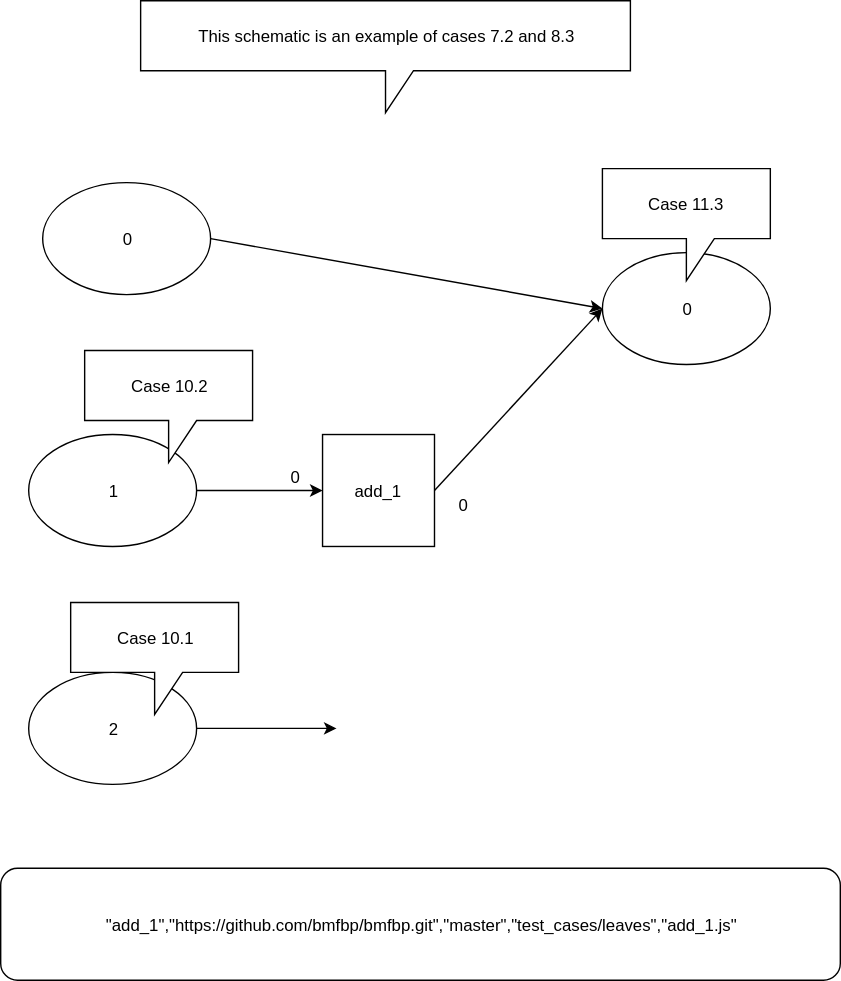
bmfbp/bmfbp keeps this draw.io diagram as svg/js-compiler/test_diagrams/pass_and_add.svg. Above is the earlier version. Source tidied: cells renumbered, new cells last; positions are measured from the earlier drawing's top-left corner, leaving out a move shared by most shapes.
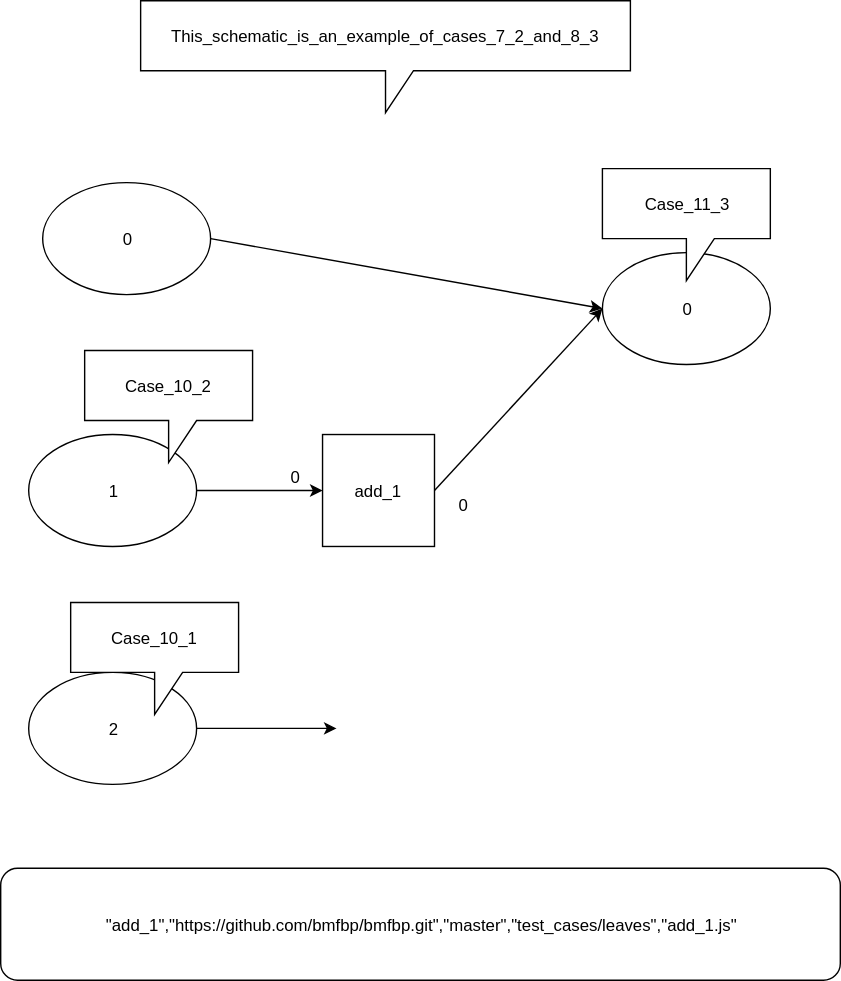
After the change.

Commit message:
changes to remove whitespace from diagrams (will be undone later)

Diff of the diagram source:
```diff
@@ -29,7 +29,7 @@
     <mxCell id="10" value="0" style="text;html=1;strokeColor=none;fillColor=none;align=center;verticalAlign=middle;whiteSpace=wrap;rounded=0;" parent="1" vertex="1">
       <mxGeometry x="310" y="350" width="40" height="20" as="geometry" />
     </mxCell>
-    <mxCell id="11" value="This schematic is an example of cases 7.2 and 8.3" style="shape=callout;whiteSpace=wrap;html=1;perimeter=calloutPerimeter;" parent="1" vertex="1">
+    <mxCell id="11" value="This_schematic_is_an_example_of_cases_7_2_and_8_3" style="shape=callout;whiteSpace=wrap;html=1;perimeter=calloutPerimeter;" parent="1" vertex="1">
       <mxGeometry x="100" width="350" height="80" as="geometry" />
     </mxCell>
     <mxCell id="12" value="2" style="ellipse;whiteSpace=wrap;html=1;" parent="1" vertex="1">
@@ -40,13 +40,13 @@
         <mxPoint x="240" y="520" as="targetPoint" />
       </mxGeometry>
     </mxCell>
-    <mxCell id="14" value="Case 10.1" style="shape=callout;whiteSpace=wrap;html=1;perimeter=calloutPerimeter;" parent="1" vertex="1">
+    <mxCell id="14" value="Case_10_1" style="shape=callout;whiteSpace=wrap;html=1;perimeter=calloutPerimeter;" parent="1" vertex="1">
       <mxGeometry x="50" y="430" width="120" height="80" as="geometry" />
     </mxCell>
-    <mxCell id="15" value="Case 10.2" style="shape=callout;whiteSpace=wrap;html=1;perimeter=calloutPerimeter;" parent="1" vertex="1">
+    <mxCell id="15" value="Case_10_2" style="shape=callout;whiteSpace=wrap;html=1;perimeter=calloutPerimeter;" parent="1" vertex="1">
       <mxGeometry x="60" y="250" width="120" height="80" as="geometry" />
     </mxCell>
-    <mxCell id="16" value="Case 11.3" style="shape=callout;whiteSpace=wrap;html=1;perimeter=calloutPerimeter;" parent="1" vertex="1">
+    <mxCell id="16" value="Case_11_3" style="shape=callout;whiteSpace=wrap;html=1;perimeter=calloutPerimeter;" parent="1" vertex="1">
       <mxGeometry x="430" y="120" width="120" height="80" as="geometry" />
     </mxCell>
     <mxCell id="17" value="&lt;div style=&quot;text-align: left&quot;&gt;&lt;div&gt;&quot;add_1&quot;,&lt;span&gt;&quot;https://github.com/bmfbp/bmfbp.git&quot;,&quot;master&quot;,&quot;test_cases/leaves&quot;,&quot;add_1.js&quot;&lt;/span&gt;&lt;/div&gt;&lt;/div&gt;" style="rounded=1;whiteSpace=wrap;html=1;" parent="1" vertex="1">
```
